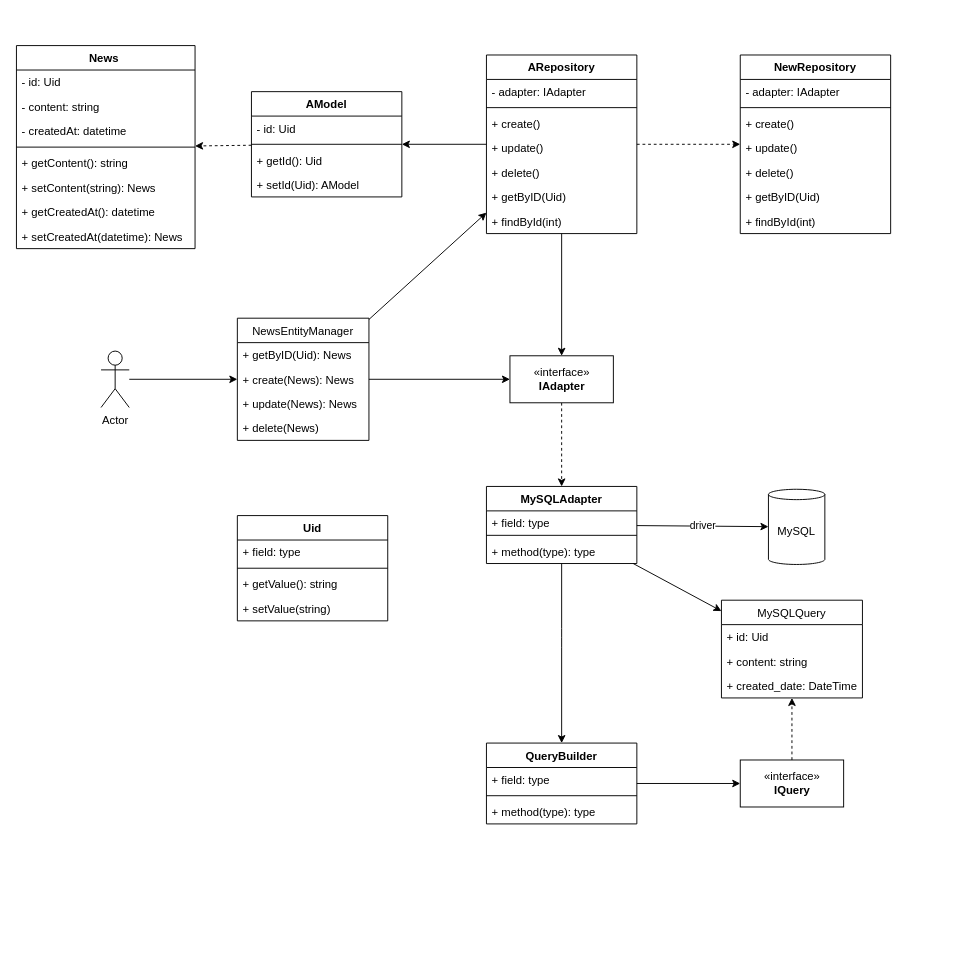
Above: diag.drawio in Nimajjj/orm (draw.io), before the change. Source tidied: cells renumbered, new cells numbered last; positions are measured from the earlier drawing's top-left corner, leaving out a move shared by most shapes. Both pictures are drawn from the tidied source at 94%, with x=0, y=0 at pixel (16, 45).
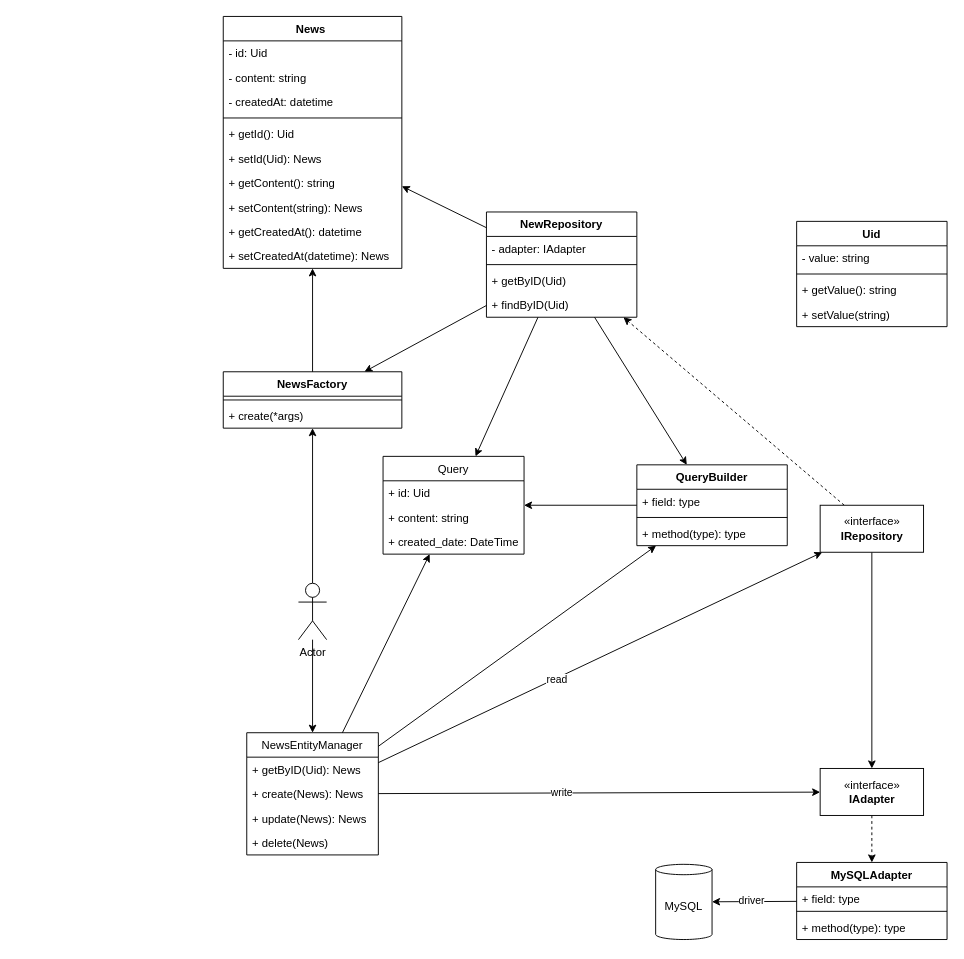
After the change.

The change refers to these unchanged cells:
```xml
<mxCell id="12" style="edgeStyle=none;html=1;" parent="1" edge="1" source="14" target="22">
  <mxGeometry relative="1" as="geometry" />
</mxCell>
<mxCell id="19" style="edgeStyle=none;html=1;" parent="1" edge="1" source="32" target="29">
  <mxGeometry relative="1" as="geometry" />
</mxCell>
```

Diff of the diagram source:
```diff
@@
-    <mxCell id="2" style="edgeStyle=none;html=1;" parent="1" edge="1" source="4" target="22">
+    <mxCell id="2" style="edgeStyle=none;html=1;" parent="1" edge="1" source="80" target="22">
       <mxGeometry relative="1" as="geometry" />
     </mxCell>
-    <mxCell id="3" style="edgeStyle=none;html=1;dashed=1;" parent="1" edge="1" source="4" target="47">
-      <mxGeometry relative="1" as="geometry" />
-    </mxCell>
-    <mxCell id="4" value="ARepository" style="swimlane;fontStyle=1;align=center;verticalAlign=top;horizontal=1;startSize=26;" parent="1" vertex="1">
-      <mxGeometry x="500" y="10" width="160" height="190" as="geometry" />
-    </mxCell>
-    <mxCell id="5" value="- adapter: IAdapter" style="text;strokeColor=none;fillColor=none;align=left;verticalAlign=top;spacingLeft=4;spacingRight=4;overflow=hidden;" parent="4" vertex="1">
-      <mxGeometry y="26" width="160" height="26" as="geometry" />
-    </mxCell>
-    <mxCell id="6" style="line;strokeWidth=1;fillColor=none;align=left;verticalAlign=middle;spacingTop=-1;spacingLeft=3;spacingRight=3;labelPosition=right;strokeColor=inherit;" parent="4" vertex="1">
-      <mxGeometry y="52" width="160" height="8" as="geometry" />
-    </mxCell>
-    <mxCell id="7" value="+ create()" style="text;strokeColor=none;fillColor=none;align=left;verticalAlign=top;spacingLeft=4;spacingRight=4;overflow=hidden;" parent="4" vertex="1">
-      <mxGeometry y="60" width="160" height="26" as="geometry" />
-    </mxCell>
-    <mxCell id="8" value="+ update()" style="text;strokeColor=none;fillColor=none;align=left;verticalAlign=top;spacingLeft=4;spacingRight=4;overflow=hidden;" parent="4" vertex="1">
-      <mxGeometry y="86" width="160" height="26" as="geometry" />
-    </mxCell>
-    <mxCell id="9" value="+ delete()" style="text;strokeColor=none;fillColor=none;align=left;verticalAlign=top;spacingLeft=4;spacingRight=4;overflow=hidden;" parent="4" vertex="1">
-      <mxGeometry y="112" width="160" height="26" as="geometry" />
-    </mxCell>
-    <mxCell id="10" value="+ getByID(Uid)" style="text;strokeColor=none;fillColor=none;align=left;verticalAlign=top;spacingLeft=4;spacingRight=4;overflow=hidden;" parent="4" vertex="1">
-      <mxGeometry y="138" width="160" height="26" as="geometry" />
-    </mxCell>
-    <mxCell id="11" value="+ findById(int)" style="text;strokeColor=none;fillColor=none;align=left;verticalAlign=top;spacingLeft=4;spacingRight=4;overflow=hidden;" parent="4" vertex="1">
-      <mxGeometry y="164" width="160" height="26" as="geometry" />
-    </mxCell>
@@
+    <mxCell id="72" value="write" style="edgeLabel;html=1;align=center;verticalAlign=middle;" parent="12" vertex="1">
+      <mxGeometry x="-0.17" y="1" relative="1" as="geometry" />
+    </mxCell>
-    <mxCell id="13" style="edgeStyle=none;html=1;" parent="1" edge="1" source="14" target="4">
+    <mxCell id="13" style="edgeStyle=none;html=1;" parent="1" edge="1" source="14" target="80">
       <mxGeometry relative="1" as="geometry" />
     </mxCell>
+    <mxCell id="73" value="read" style="edgeLabel;html=1;align=center;verticalAlign=middle;" parent="13" vertex="1">
+      <mxGeometry x="-0.2" y="-1" relative="1" as="geometry" />
+    </mxCell>
     <mxCell id="14" value="NewsEntityManager" style="swimlane;fontStyle=0;horizontal=1;startSize=26;fillColor=none;" parent="1" vertex="1">
-      <mxGeometry x="235" y="290" width="140" height="130" as="geometry" />
+      <mxGeometry x="245" y="731" width="140" height="130" as="geometry" />
     </mxCell>
@@
     <mxCell id="20" value="driver" style="edgeLabel;html=1;align=center;verticalAlign=middle;" parent="19" vertex="1">
       <mxGeometry x="0.27" relative="1" as="geometry">
-        <mxPoint x="-19" y="-1" as="offset" />
+        <mxPoint x="8" y="-1" as="offset" />
       </mxGeometry>
     </mxCell>
@@
     <mxCell id="22" value="«interface»&lt;br&gt;&lt;b&gt;IAdapter&lt;/b&gt;" style="html=1;" parent="1" vertex="1">
-      <mxGeometry x="525" y="330" width="110" height="50" as="geometry" />
+      <mxGeometry x="855" y="769" width="110" height="50" as="geometry" />
     </mxCell>
-    <mxCell id="23" style="edgeStyle=none;html=1;" parent="1" edge="1" source="4" target="67">
-      <mxGeometry relative="1" as="geometry" />
-    </mxCell>
     <mxCell id="24" value="Uid" style="swimlane;fontStyle=1;align=center;verticalAlign=top;horizontal=1;startSize=26;" parent="1" vertex="1">
-      <mxGeometry x="235" y="500" width="160" height="112" as="geometry" />
+      <mxGeometry x="830" y="187" width="160" height="112" as="geometry" />
     </mxCell>
-    <mxCell id="25" value="+ field: type" style="text;strokeColor=none;fillColor=none;align=left;verticalAlign=top;spacingLeft=4;spacingRight=4;overflow=hidden;" parent="24" vertex="1">
+    <mxCell id="25" value="- value: string" style="text;strokeColor=none;fillColor=none;align=left;verticalAlign=top;spacingLeft=4;spacingRight=4;overflow=hidden;" parent="24" vertex="1">
       <mxGeometry y="26" width="160" height="26" as="geometry" />
     </mxCell>
@@
     <mxCell id="29" value="MySQL" style="shape=cylinder3;whiteSpace=wrap;html=1;boundedLbl=1;backgroundOutline=1;size=5.5103302001953125;" parent="1" vertex="1">
-      <mxGeometry x="800" y="472" width="60" height="80" as="geometry" />
+      <mxGeometry x="680" y="871" width="60" height="80" as="geometry" />
     </mxCell>
-    <mxCell id="30" style="edgeStyle=none;html=1;" parent="1" edge="1" source="32" target="41">
-      <mxGeometry relative="1" as="geometry">
-        <Array as="points">
-          <mxPoint x="580" y="630" />
-        </Array>
-      </mxGeometry>
+    <mxCell id="30" style="edgeStyle=none;html=1;" parent="1" edge="1" source="14" target="41">
+      <mxGeometry relative="1" as="geometry" />
     </mxCell>
-    <mxCell id="31" style="edgeStyle=none;html=1;" parent="1" edge="1" source="32" target="36">
+    <mxCell id="31" style="edgeStyle=none;html=1;" parent="1" edge="1" source="14" target="36">
       <mxGeometry relative="1" as="geometry" />
     </mxCell>
     <mxCell id="32" value="MySQLAdapter" style="swimlane;fontStyle=1;align=center;verticalAlign=top;horizontal=1;startSize=26;" parent="1" vertex="1">
-      <mxGeometry x="500" y="469" width="160" height="82" as="geometry" />
+      <mxGeometry x="830" y="869" width="160" height="82" as="geometry" />
     </mxCell>
@@
-    <mxCell id="36" value="MySQLQuery" style="swimlane;fontStyle=0;horizontal=1;startSize=26;fillColor=none;" parent="1" vertex="1">
-      <mxGeometry x="750" y="590" width="150" height="104" as="geometry" />
+    <mxCell id="36" value="Query" style="swimlane;fontStyle=0;horizontal=1;startSize=26;fillColor=none;" parent="1" vertex="1">
+      <mxGeometry x="390" y="437" width="150" height="104" as="geometry" />
     </mxCell>
@@
-    <mxCell id="40" style="edgeStyle=none;html=1;" parent="1" edge="1" source="41" target="56">
+    <mxCell id="40" style="edgeStyle=none;html=1;" parent="1" edge="1" source="41" target="36">
       <mxGeometry relative="1" as="geometry" />
     </mxCell>
     <mxCell id="41" value="QueryBuilder" style="swimlane;fontStyle=1;align=center;verticalAlign=top;horizontal=1;startSize=26;" parent="1" vertex="1">
-      <mxGeometry x="500" y="742" width="160" height="86" as="geometry" />
+      <mxGeometry x="660" y="446" width="160" height="86" as="geometry" />
     </mxCell>
@@
+    <mxCell id="74" style="edgeStyle=none;html=1;" parent="1" edge="1" source="46" target="81">
+      <mxGeometry relative="1" as="geometry" />
+    </mxCell>
     <mxCell id="46" value="Actor" style="shape=umlActor;verticalLabelPosition=bottom;verticalAlign=top;html=1;" parent="1" vertex="1">
-      <mxGeometry x="90" y="325" width="30" height="60" as="geometry" />
+      <mxGeometry x="300" y="572" width="30" height="60" as="geometry" />
     </mxCell>
+    <mxCell id="75" style="edgeStyle=none;html=1;" parent="1" edge="1" source="47" target="81">
+      <mxGeometry relative="1" as="geometry" />
+    </mxCell>
+    <mxCell id="76" style="edgeStyle=none;html=1;" parent="1" edge="1" source="47" target="41">
+      <mxGeometry relative="1" as="geometry" />
+    </mxCell>
+    <mxCell id="77" style="edgeStyle=none;html=1;" parent="1" edge="1" source="47" target="36">
+      <mxGeometry relative="1" as="geometry" />
+    </mxCell>
     <mxCell id="47" value="NewRepository" style="swimlane;fontStyle=1;align=center;verticalAlign=top;horizontal=1;startSize=26;" parent="1" vertex="1">
-      <mxGeometry x="770" y="10" width="160" height="190" as="geometry" />
+      <mxGeometry x="500" y="177" width="160" height="112" as="geometry" />
     </mxCell>
@@
-    <mxCell id="50" value="+ create()" style="text;strokeColor=none;fillColor=none;align=left;verticalAlign=top;spacingLeft=4;spacingRight=4;overflow=hidden;" parent="47" vertex="1">
-      <mxGeometry y="60" width="160" height="26" as="geometry" />
-    </mxCell>
-    <mxCell id="51" value="+ update()" style="text;strokeColor=none;fillColor=none;align=left;verticalAlign=top;spacingLeft=4;spacingRight=4;overflow=hidden;" parent="47" vertex="1">
-      <mxGeometry y="86" width="160" height="26" as="geometry" />
-    </mxCell>
-    <mxCell id="52" value="+ delete()" style="text;strokeColor=none;fillColor=none;align=left;verticalAlign=top;spacingLeft=4;spacingRight=4;overflow=hidden;" parent="47" vertex="1">
-      <mxGeometry y="112" width="160" height="26" as="geometry" />
-    </mxCell>
-    <mxCell id="53" value="+ getByID(Uid)" style="text;strokeColor=none;fillColor=none;align=left;verticalAlign=top;spacingLeft=4;spacingRight=4;overflow=hidden;" parent="47" vertex="1">
-      <mxGeometry y="138" width="160" height="26" as="geometry" />
-    </mxCell>
-    <mxCell id="54" value="+ findById(int)" style="text;strokeColor=none;fillColor=none;align=left;verticalAlign=top;spacingLeft=4;spacingRight=4;overflow=hidden;" parent="47" vertex="1">
-      <mxGeometry y="164" width="160" height="26" as="geometry" />
-    </mxCell>
-    <mxCell id="55" style="edgeStyle=none;html=1;dashed=1;" parent="1" edge="1" source="56" target="36">
-      <mxGeometry relative="1" as="geometry" />
-    </mxCell>
-    <mxCell id="56" value="«interface»&lt;br&gt;&lt;b&gt;IQuery&lt;br&gt;&lt;/b&gt;" style="html=1;" parent="1" vertex="1">
-      <mxGeometry x="770" y="760" width="110" height="50" as="geometry" />
-    </mxCell>
+    <mxCell id="10" value="+ getByID(Uid)" style="text;strokeColor=none;fillColor=none;align=left;verticalAlign=top;spacingLeft=4;spacingRight=4;overflow=hidden;" parent="47" vertex="1">
+      <mxGeometry y="60" width="160" height="26" as="geometry" />
+    </mxCell>
+    <mxCell id="11" value="+ findByID(Uid)" style="text;strokeColor=none;fillColor=none;align=left;verticalAlign=top;spacingLeft=4;spacingRight=4;overflow=hidden;" parent="47" vertex="1">
+      <mxGeometry y="86" width="160" height="26" as="geometry" />
+    </mxCell>
     <mxCell id="57" value="News " style="swimlane;fontStyle=1;align=center;verticalAlign=top;horizontal=1;startSize=26;" parent="1" vertex="1">
-      <mxGeometry width="190" height="216" as="geometry" />
+      <mxGeometry x="220" y="-31" width="190" height="268" as="geometry" />
     </mxCell>
@@
+    <mxCell id="70" value="+ getId(): Uid" style="text;strokeColor=none;fillColor=none;align=left;verticalAlign=top;spacingLeft=4;spacingRight=4;overflow=hidden;" parent="57" vertex="1">
+      <mxGeometry y="112" width="190" height="26" as="geometry" />
+    </mxCell>
+    <mxCell id="71" value="+ setId(Uid): News" style="text;strokeColor=none;fillColor=none;align=left;verticalAlign=top;spacingLeft=4;spacingRight=4;overflow=hidden;" parent="57" vertex="1">
+      <mxGeometry y="138" width="190" height="26" as="geometry" />
+    </mxCell>
     <mxCell id="62" value="+ getContent(): string" style="text;strokeColor=none;fillColor=none;align=left;verticalAlign=top;spacingLeft=4;spacingRight=4;overflow=hidden;" parent="57" vertex="1">
-      <mxGeometry y="112" width="190" height="26" as="geometry" />
+      <mxGeometry y="164" width="190" height="26" as="geometry" />
     </mxCell>
     <mxCell id="63" value="+ setContent(string): News" style="text;strokeColor=none;fillColor=none;align=left;verticalAlign=top;spacingLeft=4;spacingRight=4;overflow=hidden;" parent="57" vertex="1">
-      <mxGeometry y="138" width="190" height="26" as="geometry" />
+      <mxGeometry y="190" width="190" height="26" as="geometry" />
     </mxCell>
     <mxCell id="64" value="+ getCreatedAt(): datetime" style="text;strokeColor=none;fillColor=none;align=left;verticalAlign=top;spacingLeft=4;spacingRight=4;overflow=hidden;" parent="57" vertex="1">
-      <mxGeometry y="164" width="190" height="26" as="geometry" />
+      <mxGeometry y="216" width="190" height="26" as="geometry" />
     </mxCell>
     <mxCell id="65" value="+ setCreatedAt(datetime): News" style="text;strokeColor=none;fillColor=none;align=left;verticalAlign=top;spacingLeft=4;spacingRight=4;overflow=hidden;" parent="57" vertex="1">
-      <mxGeometry y="190" width="190" height="26" as="geometry" />
+      <mxGeometry y="242" width="190" height="26" as="geometry" />
     </mxCell>
-    <mxCell id="66" style="edgeStyle=none;html=1;dashed=1;" parent="1" edge="1" source="67" target="57">
-      <mxGeometry relative="1" as="geometry" />
-    </mxCell>
-    <mxCell id="67" value="AModel" style="swimlane;fontStyle=1;align=center;verticalAlign=top;horizontal=1;startSize=26;" parent="1" vertex="1">
-      <mxGeometry x="250" y="49" width="160" height="112" as="geometry" />
-    </mxCell>
-    <mxCell id="68" value="- id: Uid" style="text;strokeColor=none;fillColor=none;align=left;verticalAlign=top;spacingLeft=4;spacingRight=4;overflow=hidden;" parent="67" vertex="1">
-      <mxGeometry y="26" width="160" height="26" as="geometry" />
-    </mxCell>
-    <mxCell id="69" style="line;strokeWidth=1;fillColor=none;align=left;verticalAlign=middle;spacingTop=-1;spacingLeft=3;spacingRight=3;labelPosition=right;strokeColor=inherit;" parent="67" vertex="1">
-      <mxGeometry y="52" width="160" height="8" as="geometry" />
-    </mxCell>
-    <mxCell id="70" value="+ getId(): Uid" style="text;strokeColor=none;fillColor=none;align=left;verticalAlign=top;spacingLeft=4;spacingRight=4;overflow=hidden;" parent="67" vertex="1">
-      <mxGeometry y="60" width="160" height="26" as="geometry" />
-    </mxCell>
-    <mxCell id="71" value="+ setId(Uid): AModel" style="text;strokeColor=none;fillColor=none;align=left;verticalAlign=top;spacingLeft=4;spacingRight=4;overflow=hidden;" parent="67" vertex="1">
-      <mxGeometry y="86" width="160" height="26" as="geometry" />
-    </mxCell>
+    <mxCell id="78" style="edgeStyle=none;html=1;" parent="1" edge="1" source="47" target="57">
+      <mxGeometry relative="1" as="geometry" />
+    </mxCell>
+    <mxCell id="79" style="edgeStyle=none;html=1;dashed=1;" parent="1" edge="1" source="80" target="47">
+      <mxGeometry relative="1" as="geometry" />
+    </mxCell>
+    <mxCell id="80" value="«interface»&lt;br&gt;&lt;b&gt;IRepository&lt;/b&gt;" style="html=1;" parent="1" vertex="1">
+      <mxGeometry x="855" y="489" width="110" height="50" as="geometry" />
+    </mxCell>
+    <mxCell id="81" value="NewsFactory" style="swimlane;fontStyle=1;align=center;verticalAlign=top;horizontal=1;startSize=26;" parent="1" vertex="1">
+      <mxGeometry x="220" y="347" width="190" height="60" as="geometry" />
+    </mxCell>
+    <mxCell id="82" style="line;strokeWidth=1;fillColor=none;align=left;verticalAlign=middle;spacingTop=-1;spacingLeft=3;spacingRight=3;labelPosition=right;strokeColor=inherit;" parent="81" vertex="1">
+      <mxGeometry y="26" width="190" height="8" as="geometry" />
+    </mxCell>
+    <mxCell id="83" value="+ create(*args)" style="text;strokeColor=none;fillColor=none;align=left;verticalAlign=top;spacingLeft=4;spacingRight=4;overflow=hidden;" parent="81" vertex="1">
+      <mxGeometry y="34" width="190" height="26" as="geometry" />
+    </mxCell>
+    <mxCell id="84" style="edgeStyle=none;html=1;" parent="1" edge="1" source="81" target="57">
+      <mxGeometry relative="1" as="geometry" />
+    </mxCell>
```
